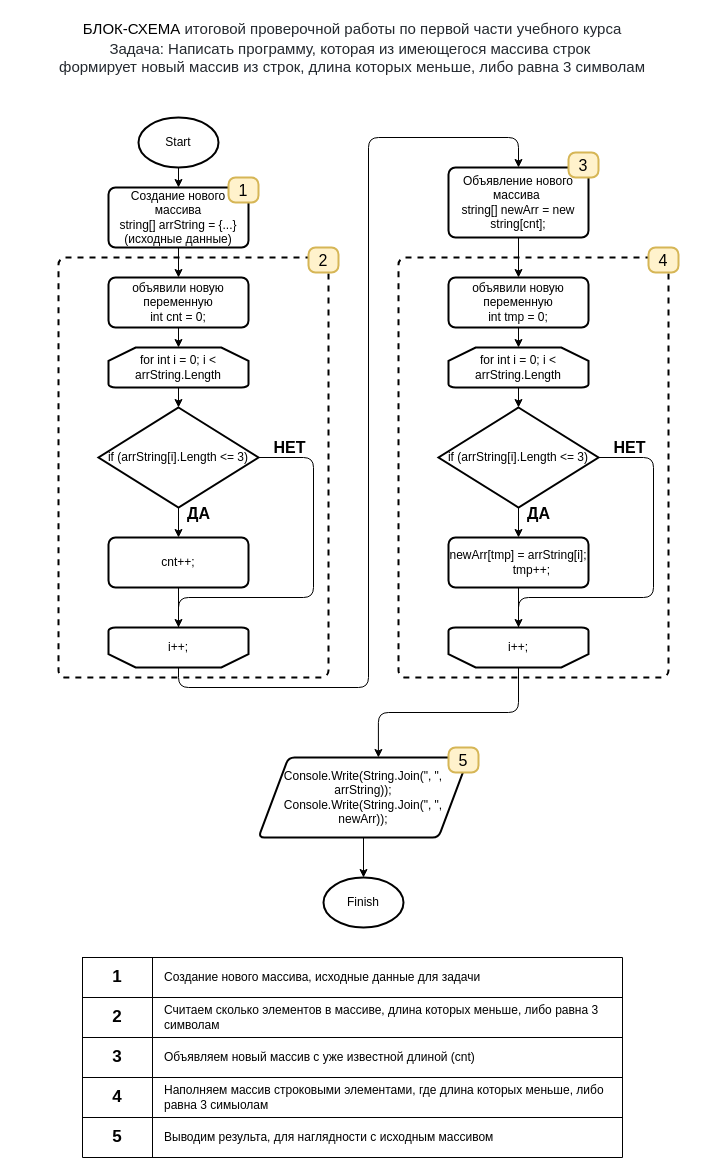
This is blshema.drawio from AlexK500/FinalVerificationWork, a draw.io file, before an edit. Source tidied: cells renumbered, new cells numbered last; positions are measured from the earlier drawing's top-left corner, leaving out a move shared by most shapes. Both pictures are drawn from the tidied source at 100%, with x=0, y=0 at pixel (17, 17).
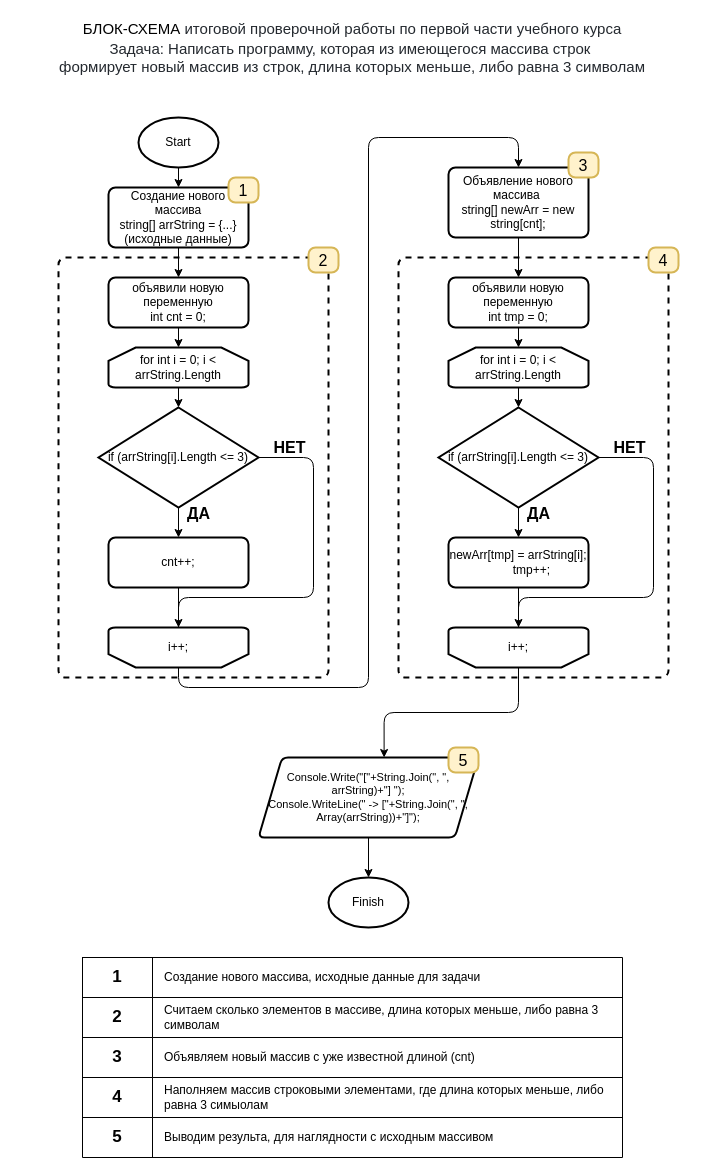
The same diagram, later.

Commit message:
подправил 5 блок

Diff of the diagram source:
```diff
@@
-    <mxCell id="37" value="&lt;div style=&quot;font-size: 12px&quot;&gt;&lt;font style=&quot;font-size: 12px&quot;&gt;Console.Write(String.Join(&quot;, &quot;, arrString));&lt;/font&gt;&lt;/div&gt;&lt;div style=&quot;font-size: 12px&quot;&gt;&lt;font style=&quot;font-size: 12px&quot;&gt;Console.Write(String.Join(&quot;, &quot;, newArr));&lt;/font&gt;&lt;/div&gt;" style="shape=parallelogram;html=1;strokeWidth=2;perimeter=parallelogramPerimeter;whiteSpace=wrap;rounded=1;arcSize=12;size=0.14285714285714285;fontSize=16;" parent="1" vertex="1">
-      <mxGeometry x="241" y="740" width="210" height="80" as="geometry" />
+    <mxCell id="37" value="&lt;div style=&quot;font-size: 11px&quot;&gt;&lt;div&gt;Console.Write(&quot;[&quot;+String.Join(&quot;, &quot;, arrString)+&quot;] &quot;);&lt;/div&gt;&lt;div&gt;Console.WriteLine(&quot; -&amp;gt; [&quot;+String.Join(&quot;, &quot;, Array(arrString))+&quot;]&quot;);&lt;/div&gt;&lt;/div&gt;" style="shape=parallelogram;html=1;strokeWidth=2;perimeter=parallelogramPerimeter;whiteSpace=wrap;rounded=1;arcSize=12;size=0.10714285714285714;fontSize=16;" parent="1" vertex="1">
+      <mxGeometry x="241" y="740" width="220" height="80" as="geometry" />
     </mxCell>
@@
     <mxCell id="39" value="Finish" style="strokeWidth=2;html=1;shape=mxgraph.flowchart.start_2;whiteSpace=wrap;" parent="1" vertex="1">
-      <mxGeometry x="306" y="860" width="80" height="50" as="geometry" />
+      <mxGeometry x="311" y="860" width="80" height="50" as="geometry" />
     </mxCell>
```
